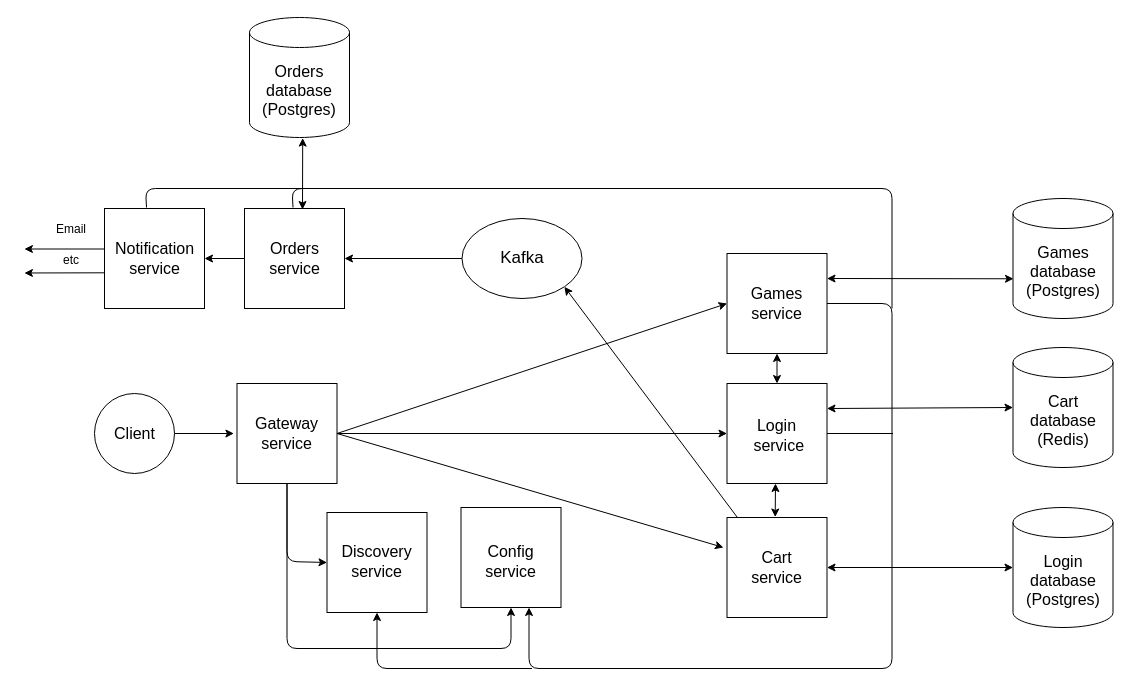
This is server/documentation/Archinecture.drawio from Friendly-neighborhood-development/Fnd_games_store, a draw.io file, before an edit. Source tidied: cells renumbered, new cells numbered last; positions are measured from the earlier drawing's top-left corner, leaving out a move shared by most shapes. Both pictures are drawn from the tidied source at 100%, with x=0, y=0 at pixel (24, 17).
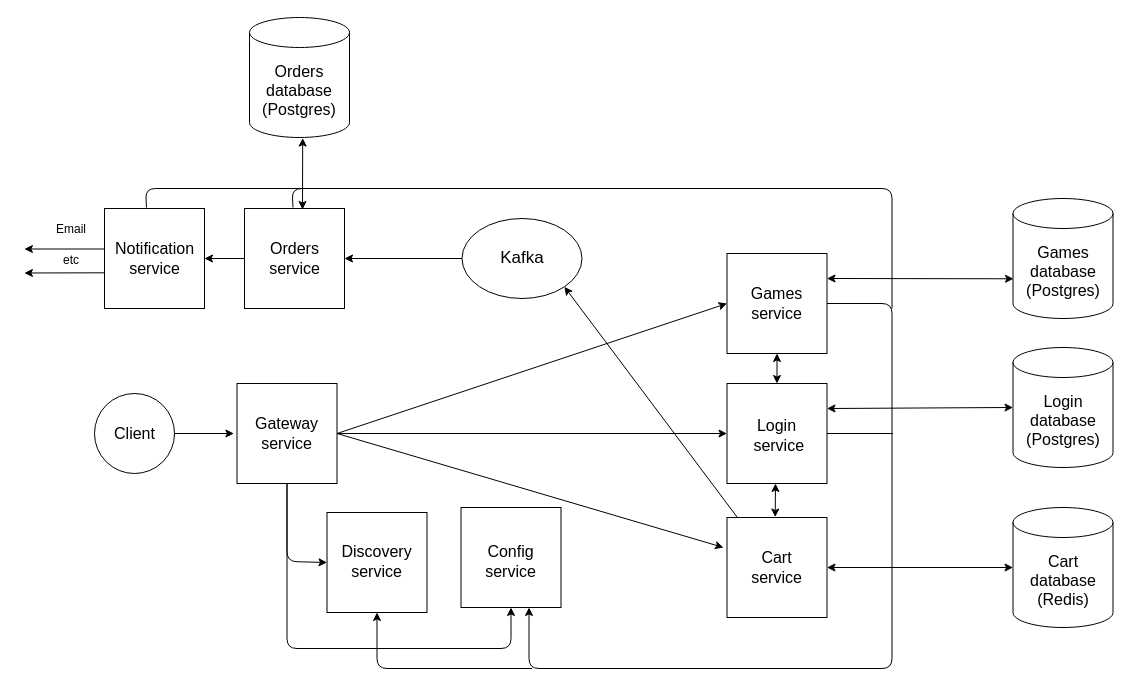
The same page after the edit.

Commit message (it also covers changes not shown here):
architecture sceheme edited in docs

What changed in the source:
```diff
@@
-    <mxCell id="20" value="&lt;div style=&quot;font-size: 16px;&quot;&gt;&lt;font style=&quot;font-size: 16px;&quot;&gt;Cart database&lt;/font&gt;&lt;/div&gt;&lt;div style=&quot;font-size: 16px;&quot;&gt;&lt;font style=&quot;font-size: 16px;&quot;&gt;(Redis)&lt;br&gt;&lt;/font&gt;&lt;/div&gt;" style="shape=cylinder3;whiteSpace=wrap;html=1;boundedLbl=1;backgroundOutline=1;size=15;strokeWidth=1;" parent="1" vertex="1">
+    <mxCell id="20" value="&lt;div style=&quot;font-size: 16px;&quot;&gt;&lt;font style=&quot;font-size: 16px;&quot;&gt;Login &lt;br&gt;&lt;/font&gt;&lt;/div&gt;&lt;div style=&quot;font-size: 16px;&quot;&gt;&lt;font style=&quot;font-size: 16px;&quot;&gt;database&lt;/font&gt;&lt;/div&gt;&lt;font style=&quot;font-size: 16px;&quot;&gt;(Postgres)&lt;/font&gt;" style="shape=cylinder3;whiteSpace=wrap;html=1;boundedLbl=1;backgroundOutline=1;size=15;strokeWidth=1;" parent="1" vertex="1">
       <mxGeometry x="988.5" y="330" width="100" height="120" as="geometry" />
     </mxCell>
@@
-    <mxCell id="35" value="&lt;div style=&quot;font-size: 16px;&quot;&gt;&lt;font style=&quot;font-size: 16px;&quot;&gt;Login &lt;br&gt;&lt;/font&gt;&lt;/div&gt;&lt;div style=&quot;font-size: 16px;&quot;&gt;&lt;font style=&quot;font-size: 16px;&quot;&gt;database&lt;/font&gt;&lt;/div&gt;&lt;div style=&quot;font-size: 16px;&quot;&gt;&lt;font style=&quot;font-size: 16px;&quot;&gt;(Postgres)&lt;br&gt;&lt;/font&gt;&lt;/div&gt;" style="shape=cylinder3;whiteSpace=wrap;html=1;boundedLbl=1;backgroundOutline=1;size=15;strokeWidth=1;" parent="1" vertex="1">
+    <mxCell id="35" value="&lt;font style=&quot;font-size: 16px;&quot;&gt;Cart database&lt;/font&gt;&lt;div style=&quot;font-size: 16px;&quot;&gt;&lt;div style=&quot;font-size: 16px;&quot;&gt;&lt;font style=&quot;font-size: 16px;&quot;&gt;(Redis)&lt;br&gt;&lt;/font&gt;&lt;/div&gt;&lt;/div&gt;" style="shape=cylinder3;whiteSpace=wrap;html=1;boundedLbl=1;backgroundOutline=1;size=15;strokeWidth=1;" parent="1" vertex="1">
       <mxGeometry x="988.5" y="490" width="100" height="120" as="geometry" />
     </mxCell>
```
